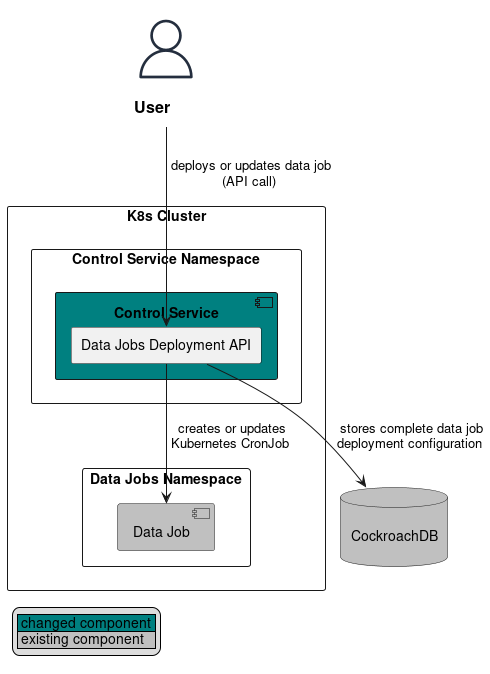
vmware/versatile-data-kit keeps this PlantUML diagram as specs/vep-2272-complete-data-job-configuration-persistence/deploy_data_job_diagram.png. Above is the earlier version.
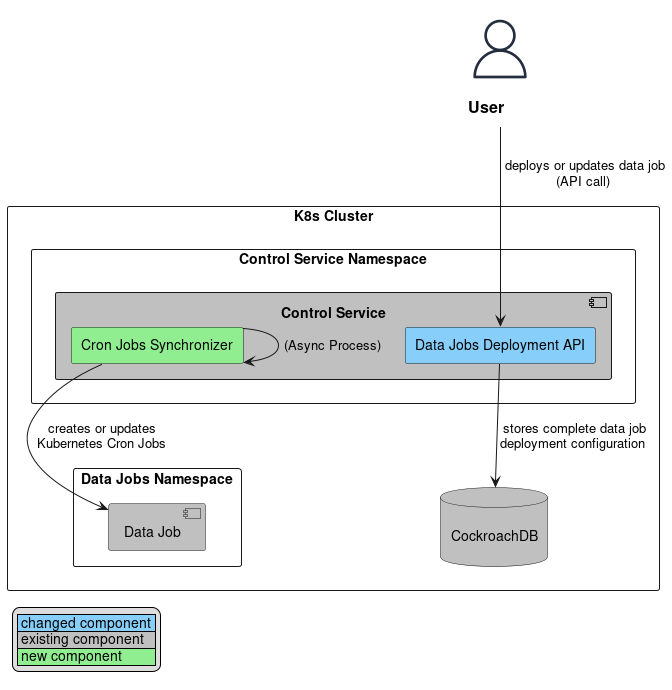
The same file after the commit.

Commit message:
documentation: VEP-2272 Complete Data Job Configuration Persistance

Change to the diagram source:
```diff
@@ -11,21 +11,24 @@
      }
    }
    rectangle "Control Service Namespace" {
-      component "Control Service" as cs #teal {
-       rectangle "Data Jobs Deployment API" as data_jobs_deployment_api
+      component "Control Service" as cs #silver {
+       rectangle "Cron Jobs Synchronizer" as  cron_jobs_synchronizer #LightGreen
+       rectangle "Data Jobs Deployment API" as data_jobs_deployment_api #LightSkyBlue
       }
   }
+  database "\nCockroachDB\n" as DB #silver
 }
-
-database "\nCockroachDB\n" as DB #silver
 
 engineer --> data_jobs_deployment_api : " deploys or updates data job\n(API call)"
 data_jobs_deployment_api --> DB : " stores complete data job\ndeployment configuration"
-data_jobs_deployment_api --> dj : " creates or updates\n Kubernetes CronJob "
+cron_jobs_synchronizer --> cron_jobs_synchronizer : "(Async Process)"
+cron_jobs_synchronizer --> dj : " creates or updates\n Kubernetes Cron Jobs"
+
 
 legend bottom left
-  | <#teal> changed component |
+  | <#LightSkyBlue> changed component |
   | <#silver> existing component |
+  | <#LightGreen> new component |
 endlegend
 
 @enduml
```
